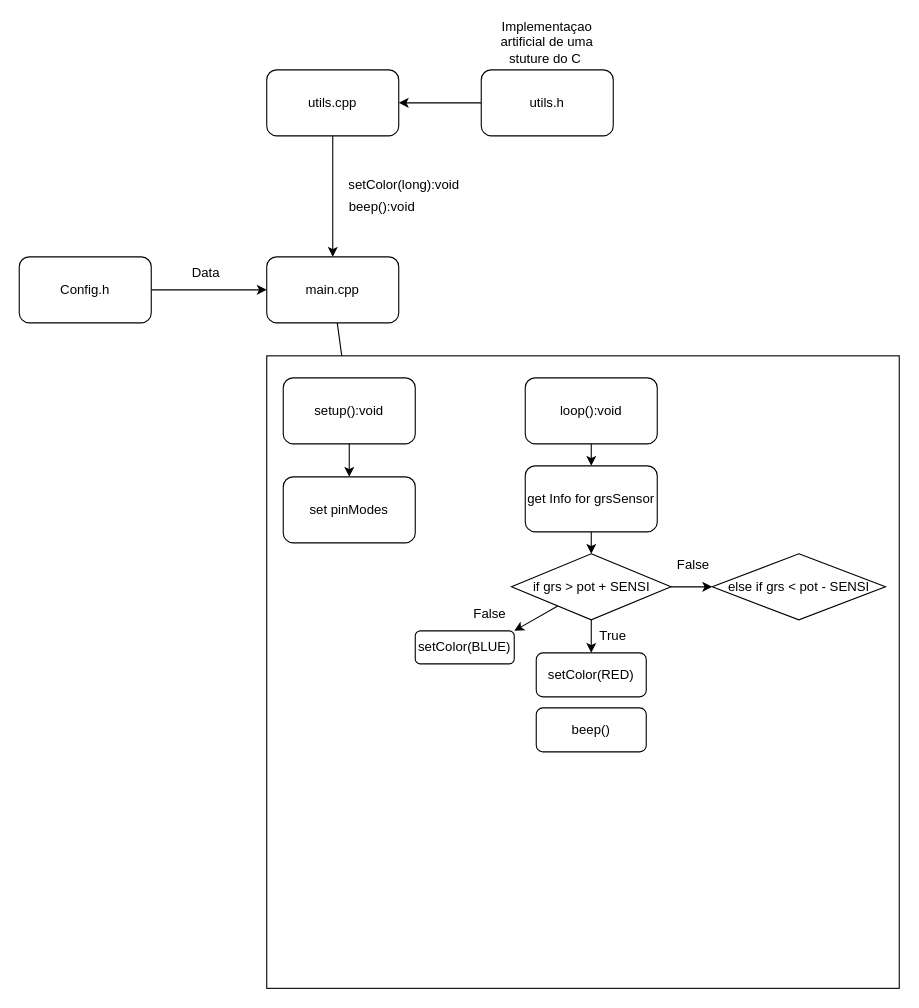
QuittoGames/Poligrafo_Cpp keeps this draw.io diagram as arquiteture.drawio. Above is the earlier version. Source tidied: cells renumbered, new cells numbered last; positions are measured from the earlier drawing's top-left corner, leaving out a move shared by most shapes. Both pictures are drawn from the tidied source at 110%, with x=0, y=0 at pixel (19, 25).
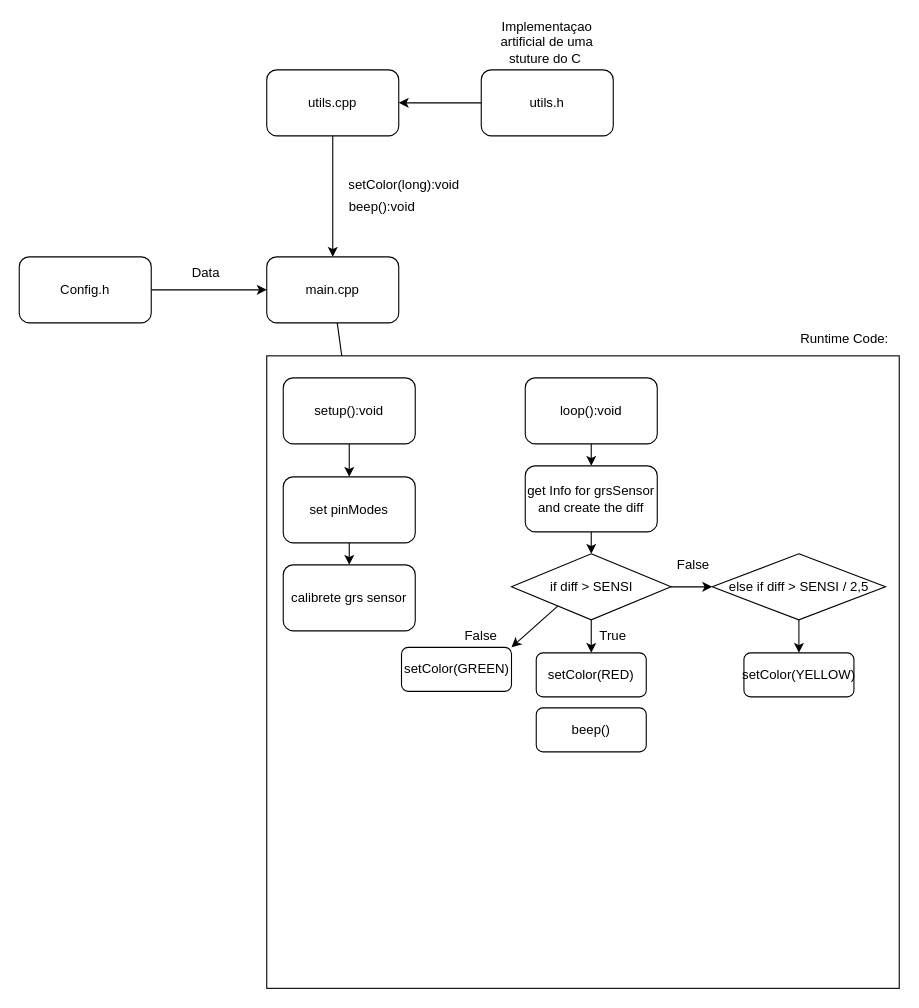
The same diagram, later.

Commit message:
Update architecture diagram to reflect changes in GSR sensor handling and add new components

The change refers to these unchanged cells:
```xml
<mxCell id="16" value="set pinModes" style="rounded=1;whiteSpace=wrap;html=1;" parent="1" vertex="1">
  <mxGeometry x="240" y="410" width="120" height="60" as="geometry" />
</mxCell>
```

Change to the diagram source:
```diff
@@
+    <mxCell id="33" style="edgeStyle=none;html=1;entryX=0.5;entryY=0;entryDx=0;entryDy=0;" parent="1" edge="1" source="16" target="35">
+      <mxGeometry relative="1" as="geometry" />
+    </mxCell>
@@
-    <mxCell id="18" value="get Info for grsSensor" style="rounded=1;whiteSpace=wrap;html=1;" parent="1" vertex="1">
+    <mxCell id="18" value="get Info for grsSensor and create the diff" style="rounded=1;whiteSpace=wrap;html=1;" parent="1" vertex="1">
       <mxGeometry x="460" y="400" width="120" height="60" as="geometry" />
     </mxCell>
@@
-    <mxCell id="20" style="edgeStyle=none;html=1;entryX=1;entryY=0;entryDx=0;entryDy=0;" parent="1" edge="1" source="22" target="27">
-      <mxGeometry relative="1" as="geometry" />
+    <mxCell id="20" style="edgeStyle=none;html=1;entryX=1;entryY=0;entryDx=0;entryDy=0;" parent="1" edge="1" target="27">
+      <mxGeometry relative="1" as="geometry">
+        <mxPoint x="490" y="527" as="sourcePoint" />
+      </mxGeometry>
     </mxCell>
@@
-    <mxCell id="22" value="if grs &amp;gt; pot + SENSI" style="rhombus;whiteSpace=wrap;html=1;" parent="1" vertex="1">
+    <mxCell id="22" value="if diff &amp;gt; SENSI" style="rhombus;whiteSpace=wrap;html=1;" parent="1" vertex="1">
       <mxGeometry x="447.5" y="480" width="145" height="60" as="geometry" />
     </mxCell>
@@
     <mxCell id="26" value="False" style="text;html=1;align=center;verticalAlign=middle;whiteSpace=wrap;rounded=0;" parent="1" vertex="1">
-      <mxGeometry x="407.5" y="525" width="40" height="20" as="geometry" />
+      <mxGeometry x="400" y="545" width="40" height="20" as="geometry" />
     </mxCell>
-    <mxCell id="27" value="setColor(BLUE)" style="rounded=1;whiteSpace=wrap;html=1;" parent="1" vertex="1">
-      <mxGeometry x="360" y="550" width="90" height="30" as="geometry" />
+    <mxCell id="27" value="setColor(GREEN)" style="rounded=1;whiteSpace=wrap;html=1;" parent="1" vertex="1">
+      <mxGeometry x="347.5" y="565" width="100" height="40" as="geometry" />
     </mxCell>
+    <mxCell id="34" style="edgeStyle=none;html=1;entryX=0.5;entryY=0;entryDx=0;entryDy=0;" parent="1" edge="1" source="28" target="36">
+      <mxGeometry relative="1" as="geometry" />
+    </mxCell>
-    <mxCell id="28" value="else if grs &amp;lt; pot - SENSI" style="rhombus;whiteSpace=wrap;html=1;" parent="1" vertex="1">
+    <mxCell id="28" value="else if diff &amp;gt; SENSI / 2,5" style="rhombus;whiteSpace=wrap;html=1;" parent="1" vertex="1">
       <mxGeometry x="630" y="480" width="157.5" height="60" as="geometry" />
     </mxCell>
@@
+    <mxCell id="35" value="calibrete grs sensor" style="rounded=1;whiteSpace=wrap;html=1;" parent="1" vertex="1">
+      <mxGeometry x="240" y="490" width="120" height="60" as="geometry" />
+    </mxCell>
+    <mxCell id="36" value="setColor(YELLOW)" style="rounded=1;whiteSpace=wrap;html=1;" parent="1" vertex="1">
+      <mxGeometry x="658.8" y="570" width="100" height="40" as="geometry" />
+    </mxCell>
+    <mxCell id="37" value="Runtime Code:" style="text;html=1;align=center;verticalAlign=middle;strokeColor=none;fillColor=none;" parent="1" vertex="1">
+      <mxGeometry x="700" y="270" width="100" height="30" as="geometry" />
+    </mxCell>
```
